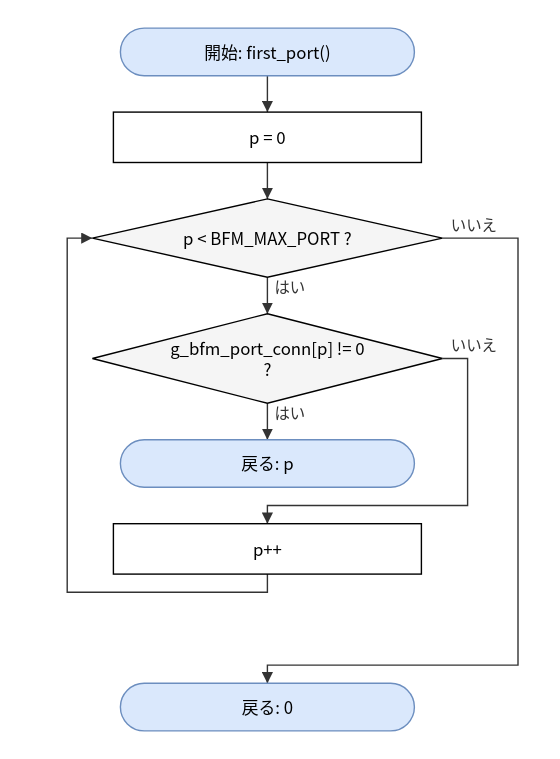
Earlier version of the draw.io export doc/spec/images/flow_test_bfm_test-first_port.drawio.svg (hf355051012-ai/bfmem). Source tidied: cells renumbered, new cells last; positions are measured from the earlier drawing's top-left corner, leaving out a move shared by most shapes.
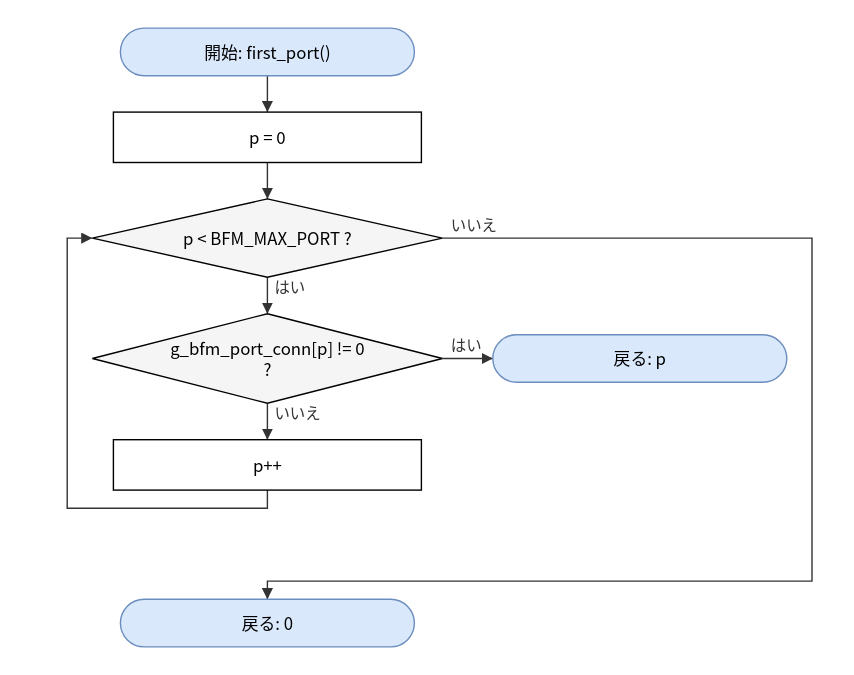
After the change.

What changed in the source:
```diff
@@ -15,13 +15,13 @@
       <mxGeometry x="18" y="204" width="250" height="64" as="geometry" />
     </mxCell>
     <mxCell id="6" value="戻る: p" style="rounded=1;arcSize=50;whiteSpace=wrap;html=1;fillColor=#dae8fc;strokeColor=#6c8ebf;" parent="1" vertex="1">
-      <mxGeometry x="38" y="294" width="210" height="34" as="geometry" />
+      <mxGeometry x="304" y="219" width="210" height="34" as="geometry" />
     </mxCell>
     <mxCell id="7" value="p++" style="rounded=0;whiteSpace=wrap;html=1;" parent="1" vertex="1">
-      <mxGeometry x="33" y="354" width="220" height="36" as="geometry" />
+      <mxGeometry x="33" y="294" width="220" height="36" as="geometry" />
     </mxCell>
     <mxCell id="8" value="戻る: 0" style="rounded=1;arcSize=50;whiteSpace=wrap;html=1;fillColor=#dae8fc;strokeColor=#6c8ebf;" parent="1" vertex="1">
-      <mxGeometry x="38" y="468" width="210" height="34" as="geometry" />
+      <mxGeometry x="38" y="408" width="210" height="34" as="geometry" />
     </mxCell>
     <mxCell id="9" style="edgeStyle=none;html=1;rounded=0;endArrow=block;endFill=1;exitX=0.5000;exitY=1.0000;exitDx=0;exitDy=0;exitPerimeter=0;entryX=0.5000;entryY=0.0000;entryDx=0;entryDy=0;entryPerimeter=0;" parent="1" edge="1" source="2" target="3">
       <mxGeometry relative="1" as="geometry" />
@@ -32,23 +32,17 @@
     <mxCell id="11" value="はい" style="edgeStyle=none;html=1;rounded=0;endArrow=block;endFill=1;exitX=0.5000;exitY=1.0000;exitDx=0;exitDy=0;exitPerimeter=0;entryX=0.5000;entryY=0.0000;entryDx=0;entryDy=0;entryPerimeter=0;" parent="1" edge="1" source="4" target="5">
       <mxGeometry relative="1" as="geometry" />
     </mxCell>
-    <mxCell id="12" value="はい" style="edgeStyle=none;html=1;rounded=0;endArrow=block;endFill=1;exitX=0.5000;exitY=1.0000;exitDx=0;exitDy=0;exitPerimeter=0;entryX=0.5000;entryY=0.0000;entryDx=0;entryDy=0;entryPerimeter=0;" parent="1" edge="1" source="5" target="6">
+    <mxCell id="12" value="はい" style="edgeStyle=none;html=1;rounded=0;endArrow=block;endFill=1;exitX=1.0000;exitY=0.5000;exitDx=0;exitDy=0;exitPerimeter=0;entryX=0.0000;entryY=0.5000;entryDx=0;entryDy=0;entryPerimeter=0;" parent="1" edge="1" source="5" target="6">
       <mxGeometry relative="1" as="geometry" />
     </mxCell>
-    <mxCell id="13" value="いいえ" style="edgeStyle=none;html=1;rounded=0;endArrow=block;endFill=1;exitX=1.0000;exitY=0.5000;exitDx=0;exitDy=0;exitPerimeter=0;entryX=0.5000;entryY=0.0000;entryDx=0;entryDy=0;entryPerimeter=0;" parent="1" edge="1" source="5" target="7">
-      <mxGeometry relative="1" as="geometry">
-        <Array as="points">
-          <mxPoint x="286" y="236" />
-          <mxPoint x="286" y="341" />
-          <mxPoint x="143" y="341" />
-        </Array>
-      </mxGeometry>
+    <mxCell id="13" value="いいえ" style="edgeStyle=none;html=1;rounded=0;endArrow=block;endFill=1;exitX=0.5000;exitY=1.0000;exitDx=0;exitDy=0;exitPerimeter=0;entryX=0.5000;entryY=0.0000;entryDx=0;entryDy=0;entryPerimeter=0;" parent="1" edge="1" source="5" target="7">
+      <mxGeometry relative="1" as="geometry" />
     </mxCell>
     <mxCell id="14" style="edgeStyle=none;html=1;rounded=0;endArrow=block;endFill=1;exitX=0.5000;exitY=1.0000;exitDx=0;exitDy=0;exitPerimeter=0;entryX=0.0000;entryY=0.5000;entryDx=0;entryDy=0;entryPerimeter=0;" parent="1" edge="1" source="7" target="4">
       <mxGeometry relative="1" as="geometry">
         <Array as="points">
-          <mxPoint x="143" y="403" />
-          <mxPoint y="403" />
+          <mxPoint x="143" y="343" />
+          <mxPoint y="343" />
           <mxPoint y="150" />
         </Array>
       </mxGeometry>
@@ -56,9 +50,9 @@
     <mxCell id="15" value="いいえ" style="edgeStyle=none;html=1;rounded=0;endArrow=block;endFill=1;exitX=1.0000;exitY=0.5000;exitDx=0;exitDy=0;exitPerimeter=0;entryX=0.5000;entryY=0.0000;entryDx=0;entryDy=0;entryPerimeter=0;" parent="1" edge="1" source="4" target="8">
       <mxGeometry relative="1" as="geometry">
         <Array as="points">
-          <mxPoint x="322" y="150" />
-          <mxPoint x="322" y="455" />
-          <mxPoint x="143" y="455" />
+          <mxPoint x="532" y="150" />
+          <mxPoint x="532" y="395" />
+          <mxPoint x="143" y="395" />
         </Array>
       </mxGeometry>
     </mxCell>
```
